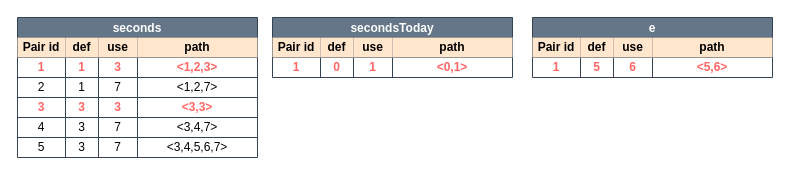
Above: page "All-defs" (3 of 6) of docs/08_assignment/figures/getSecondsToday.drawio in Jumaruba/jtimesched (draw.io), before the change. Source tidied: cells renumbered, new cells numbered last; positions are measured from the earlier drawing's top-left corner, leaving out a move shared by most shapes. Both pictures are drawn from the tidied source at 100%, with x=0, y=0 at pixel (17, 17).
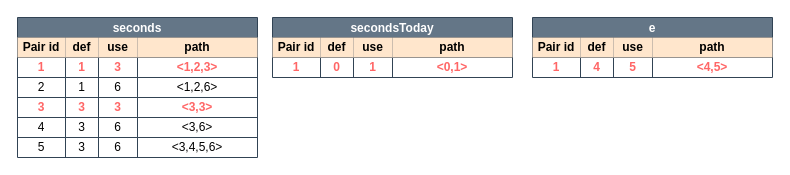
After the change.

Unchanged cells that the change refers to:
```xml
<mxCell id="13" style="shape=partialRectangle;html=1;whiteSpace=wrap;fillColor=none;top=0;left=0;bottom=0;right=0;labelBackgroundColor=none;fontSize=12;" parent="2" vertex="1">
  <mxGeometry y="60" width="240" height="20" as="geometry" />
</mxCell>
<mxCell id="23" style="shape=partialRectangle;html=1;whiteSpace=wrap;fillColor=none;top=0;left=0;bottom=0;right=0;labelBackgroundColor=none;fontSize=12;" parent="2" vertex="1">
  <mxGeometry y="100" width="240" height="20" as="geometry" />
</mxCell>
<mxCell id="28" style="shape=partialRectangle;html=1;whiteSpace=wrap;fillColor=none;top=0;left=0;bottom=0;right=0;labelBackgroundColor=none;fontSize=12;" parent="2" vertex="1">
  <mxGeometry y="120" width="240" height="20" as="geometry" />
</mxCell>
<mxCell id="50" style="shape=partialRectangle;html=1;whiteSpace=wrap;fillColor=none;top=0;left=0;bottom=0;right=0;labelBackgroundColor=none;fontSize=12;" parent="44" vertex="1">
  <mxGeometry y="40" width="240" height="20" as="geometry" />
</mxCell>
```

Change to the diagram source:
```diff
@@
-    <mxCell id="16" value="7" style="shape=partialRectangle;html=1;whiteSpace=wrap;fillColor=none;top=0;left=0;bottom=0;right=0;overflow=hidden;labelBackgroundColor=none;fontSize=12;" parent="13" vertex="1">
+    <mxCell id="16" value="6" style="shape=partialRectangle;html=1;whiteSpace=wrap;fillColor=none;top=0;left=0;bottom=0;right=0;overflow=hidden;labelBackgroundColor=none;fontSize=12;" parent="13" vertex="1">
       <mxGeometry x="81" width="39" height="20" as="geometry" />
     </mxCell>
-    <mxCell id="17" value="&amp;lt;1,2,7&amp;gt;" style="shape=partialRectangle;html=1;whiteSpace=wrap;fillColor=none;top=0;left=0;bottom=0;right=0;overflow=hidden;labelBackgroundColor=none;fontSize=12;" parent="13" vertex="1">
+    <mxCell id="17" value="&amp;lt;1,2,6&amp;gt;" style="shape=partialRectangle;html=1;whiteSpace=wrap;fillColor=none;top=0;left=0;bottom=0;right=0;overflow=hidden;labelBackgroundColor=none;fontSize=12;" parent="13" vertex="1">
       <mxGeometry x="120" width="120" height="20" as="geometry" />
     </mxCell>
@@
-    <mxCell id="26" value="7" style="shape=partialRectangle;html=1;whiteSpace=wrap;fillColor=none;top=0;left=0;bottom=0;right=0;overflow=hidden;labelBackgroundColor=none;fontSize=12;" parent="23" vertex="1">
+    <mxCell id="26" value="6" style="shape=partialRectangle;html=1;whiteSpace=wrap;fillColor=none;top=0;left=0;bottom=0;right=0;overflow=hidden;labelBackgroundColor=none;fontSize=12;" parent="23" vertex="1">
       <mxGeometry x="81" width="39" height="20" as="geometry" />
     </mxCell>
-    <mxCell id="27" value="&amp;lt;3,4,7&amp;gt;" style="shape=partialRectangle;html=1;whiteSpace=wrap;fillColor=none;top=0;left=0;bottom=0;right=0;overflow=hidden;labelBackgroundColor=none;fontSize=12;" parent="23" vertex="1">
+    <mxCell id="27" value="&amp;lt;3,6&amp;gt;" style="shape=partialRectangle;html=1;whiteSpace=wrap;fillColor=none;top=0;left=0;bottom=0;right=0;overflow=hidden;labelBackgroundColor=none;fontSize=12;" parent="23" vertex="1">
       <mxGeometry x="120" width="120" height="20" as="geometry" />
     </mxCell>
@@
-    <mxCell id="31" value="7" style="shape=partialRectangle;html=1;whiteSpace=wrap;fillColor=none;top=0;left=0;bottom=0;right=0;overflow=hidden;labelBackgroundColor=none;fontSize=12;" parent="28" vertex="1">
+    <mxCell id="31" value="6" style="shape=partialRectangle;html=1;whiteSpace=wrap;fillColor=none;top=0;left=0;bottom=0;right=0;overflow=hidden;labelBackgroundColor=none;fontSize=12;" parent="28" vertex="1">
       <mxGeometry x="81" width="39" height="20" as="geometry" />
     </mxCell>
-    <mxCell id="32" value="&amp;lt;3,4,5,6,7&amp;gt;" style="shape=partialRectangle;html=1;whiteSpace=wrap;fillColor=none;top=0;left=0;bottom=0;right=0;overflow=hidden;labelBackgroundColor=none;fontSize=12;" parent="28" vertex="1">
+    <mxCell id="32" value="&amp;lt;3,4,5,6&amp;gt;" style="shape=partialRectangle;html=1;whiteSpace=wrap;fillColor=none;top=0;left=0;bottom=0;right=0;overflow=hidden;labelBackgroundColor=none;fontSize=12;" parent="28" vertex="1">
       <mxGeometry x="120" width="120" height="20" as="geometry" />
     </mxCell>
@@
-    <mxCell id="52" value="5" style="shape=partialRectangle;html=1;whiteSpace=wrap;fillColor=none;top=0;left=0;bottom=0;right=0;overflow=hidden;labelBackgroundColor=none;fontSize=12;fontStyle=1;fontColor=#FF6666;" parent="50" vertex="1">
+    <mxCell id="52" value="4" style="shape=partialRectangle;html=1;whiteSpace=wrap;fillColor=none;top=0;left=0;bottom=0;right=0;overflow=hidden;labelBackgroundColor=none;fontSize=12;fontStyle=1;fontColor=#FF6666;" parent="50" vertex="1">
       <mxGeometry x="48" width="33" height="20" as="geometry" />
     </mxCell>
-    <mxCell id="53" value="6" style="shape=partialRectangle;html=1;whiteSpace=wrap;fillColor=none;top=0;left=0;bottom=0;right=0;overflow=hidden;labelBackgroundColor=none;fontSize=12;fontStyle=1;fontColor=#FF6666;" parent="50" vertex="1">
+    <mxCell id="53" value="5" style="shape=partialRectangle;html=1;whiteSpace=wrap;fillColor=none;top=0;left=0;bottom=0;right=0;overflow=hidden;labelBackgroundColor=none;fontSize=12;fontStyle=1;fontColor=#FF6666;" parent="50" vertex="1">
       <mxGeometry x="81" width="39" height="20" as="geometry" />
     </mxCell>
-    <mxCell id="54" value="&amp;lt;5,6&amp;gt;" style="shape=partialRectangle;html=1;whiteSpace=wrap;fillColor=none;top=0;left=0;bottom=0;right=0;overflow=hidden;labelBackgroundColor=none;fontSize=12;fontStyle=1;fontColor=#FF6666;" parent="50" vertex="1">
+    <mxCell id="54" value="&amp;lt;4,5&amp;gt;" style="shape=partialRectangle;html=1;whiteSpace=wrap;fillColor=none;top=0;left=0;bottom=0;right=0;overflow=hidden;labelBackgroundColor=none;fontSize=12;fontStyle=1;fontColor=#FF6666;" parent="50" vertex="1">
       <mxGeometry x="120" width="120" height="20" as="geometry" />
     </mxCell>
```
